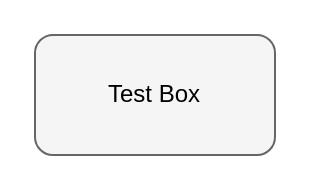
frostaag/diagrams-v2 keeps this draw.io diagram as drawio_files/001_test.drawio. Above is the earlier version. Source tidied: cells renumbered, new cells numbered last; positions are measured from the earlier drawing's top-left corner, leaving out a move shared by most shapes. Both pictures are drawn from the tidied source at 200%, with x=0, y=0 at pixel (34, 34).
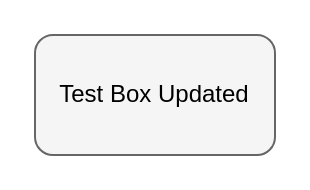
The same diagram, later.

Commit message:
Updated test diagram content

Change to the diagram source:
```diff
@@
 <mxGraphModel>
   <root>
     <mxCell id="0" />
     <mxCell id="1" parent="0" />
-    <mxCell id="2" value="Test Box" style="rounded=1;whiteSpace=wrap;html=1;fillColor=#f5f5f5;strokeColor=#666666;" parent="1" vertex="1">
+    <mxCell id="2" value="Test Box Updated" style="rounded=1;whiteSpace=wrap;html=1;fillColor=#f5f5f5;strokeColor=#666666;" parent="1" vertex="1">
       <mxGeometry width="120" height="60" as="geometry" />
     </mxCell>
   </root>
 </mxGraphModel>
```
